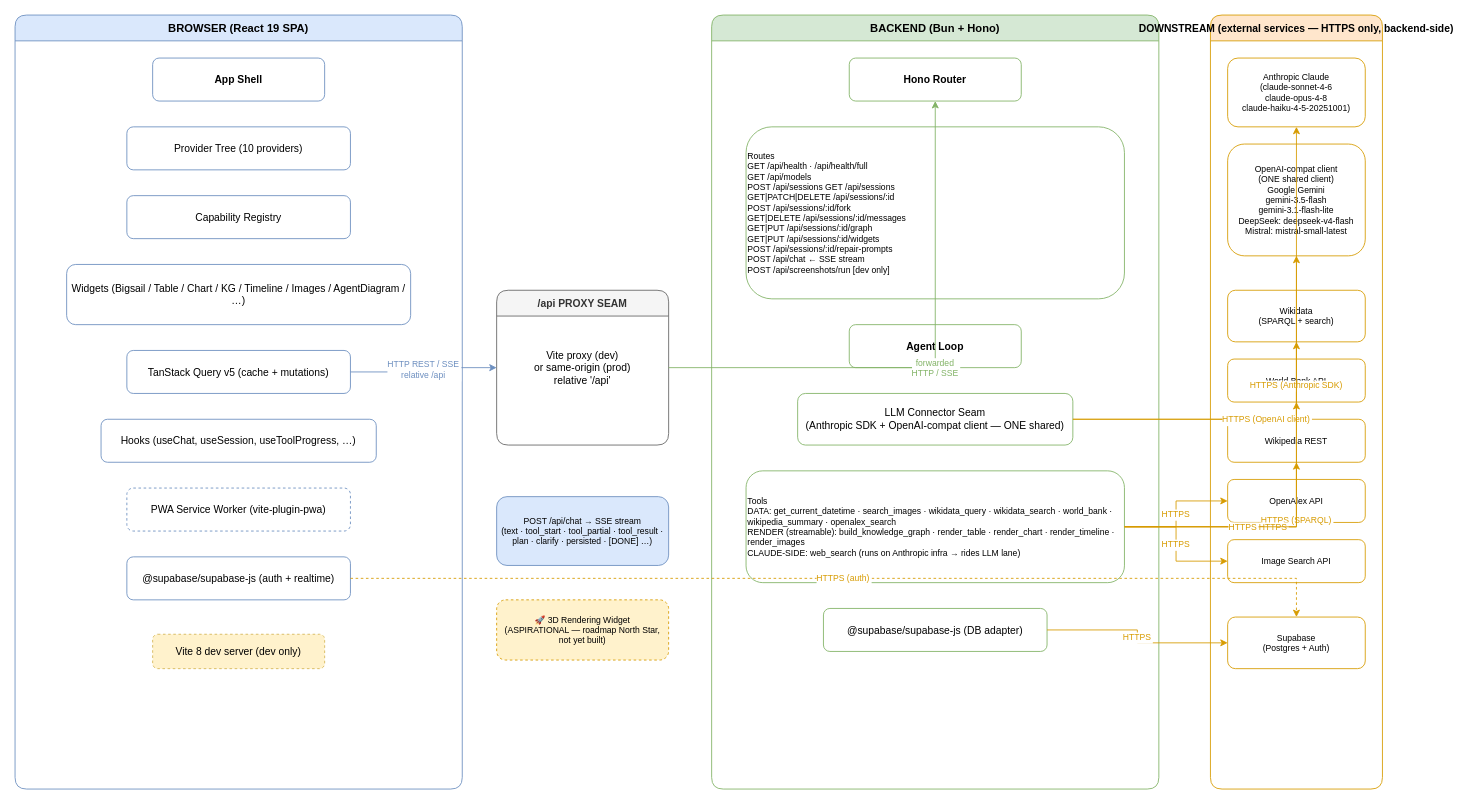
The draw.io diagram page "1 · System Overview" (1 of 4) of docs/diagrams/architecture.drawio in andrewbaldock/aether, before the edit. Source tidied: cells renumbered, new cells numbered last; positions are measured from the earlier drawing's top-left corner, leaving out a move shared by most shapes. Both pictures are drawn from the tidied source at 86%, with x=0, y=0 at pixel (15, 15).
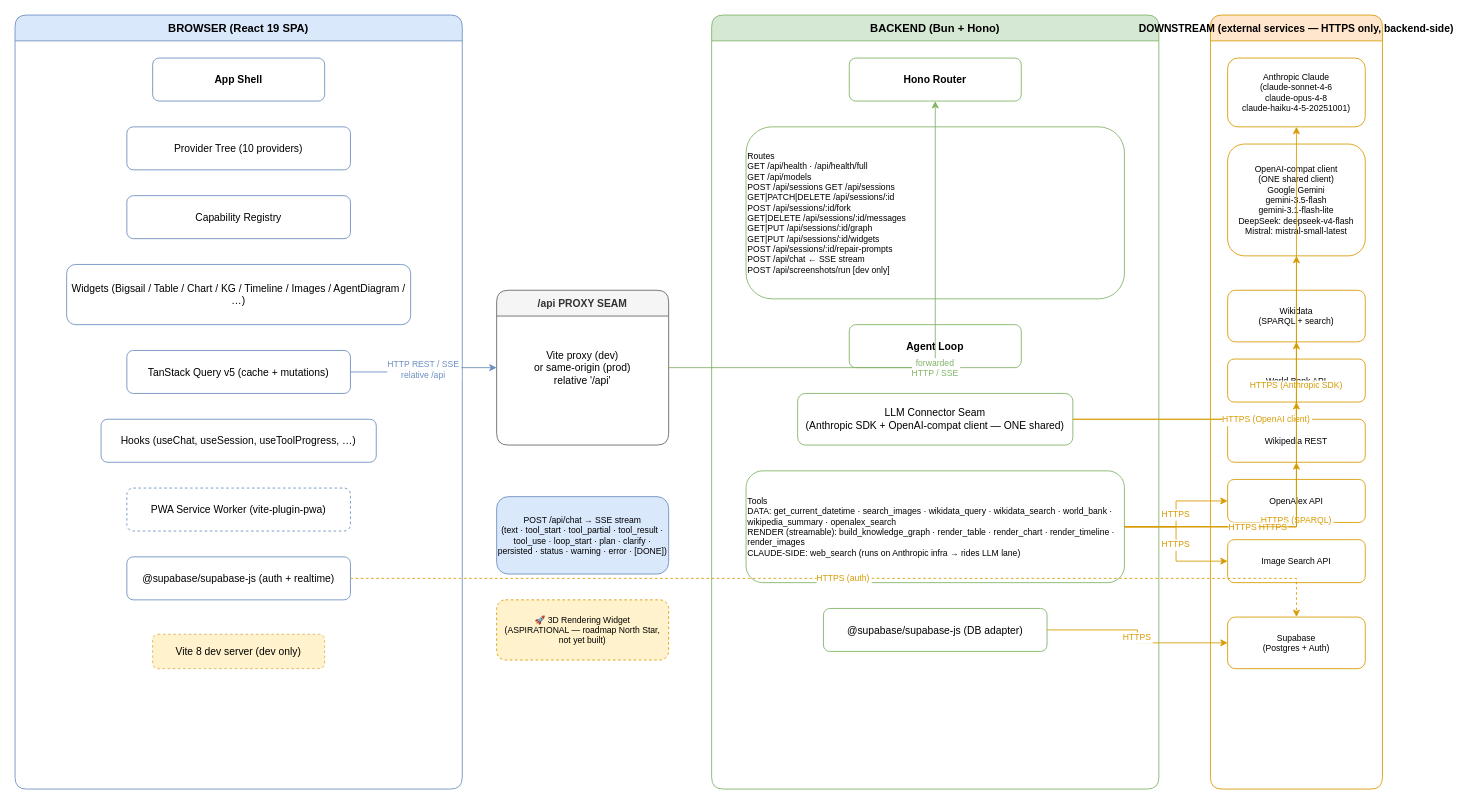
The same page after the edit.

Commit message (it also covers changes not shown here):
refactor(backend): unify the agent loop behind a WireAdapter seam (plan 006)

The edit, as a diff of the source:
```diff
@@
-    <mxCell id="41" value="POST /api/chat → SSE stream&#10;(text · tool_start · tool_partial · tool_result · plan · clarify · persisted · [DONE] …)" style="text;html=1;strokeColor=#6c8ebf;fillColor=#dae8fc;align=center;verticalAlign=middle;whiteSpace=wrap;rounded=1;fontSize=10;" parent="1" vertex="1">
-      <mxGeometry x="560" y="560" width="200" height="80" as="geometry" />
+    <mxCell id="41" value="POST /api/chat → SSE stream&#10;(text · tool_start · tool_partial · tool_result · tool_use · loop_start · plan · clarify · persisted · status · warning · error · [DONE])" style="text;html=1;strokeColor=#6c8ebf;fillColor=#dae8fc;align=center;verticalAlign=middle;whiteSpace=wrap;rounded=1;fontSize=10;" parent="1" vertex="1">
+      <mxGeometry x="560" y="560" width="200" height="90" as="geometry" />
     </mxCell>
```
